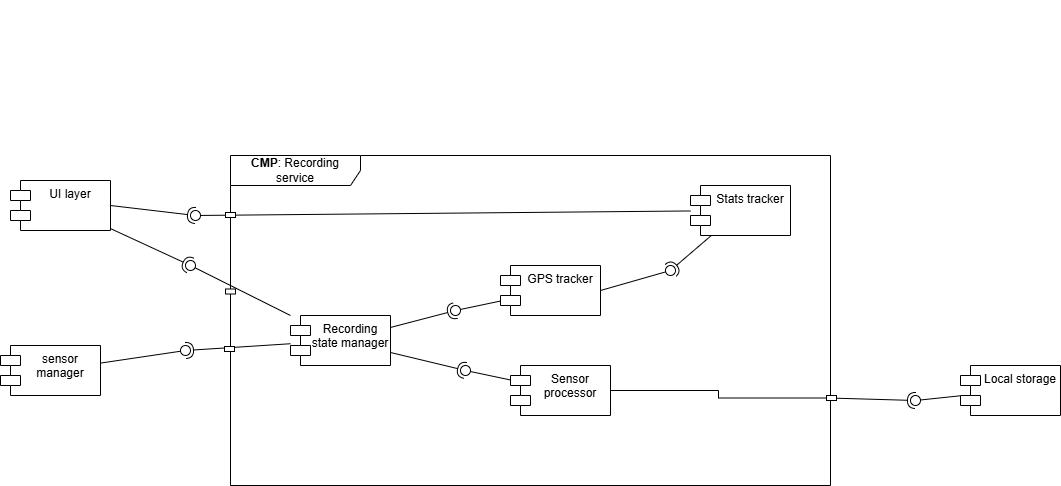
Before: DD/LaTeXCode/images/componentDiagrams/Component_diagram-Recording_detailed_view.drawio.png, a diagram exported from draw.io (jacopobellosi/Bellosi-Montanelli-Tempobono). Source tidied: cells renumbered, new cells last; positions are measured from the earlier drawing's top-left corner, leaving out a move shared by most shapes. Its diagram source:
```xml
<mxGraphModel>
  <root>
    <mxCell id="0" />
    <mxCell id="1" parent="0" />
    <mxCell id="2" value="UI layer" style="shape=module;align=left;spacingLeft=20;align=center;verticalAlign=top;whiteSpace=wrap;html=1;" parent="1" vertex="1">
      <mxGeometry x="10" y="180" width="100" height="50" as="geometry" />
    </mxCell>
    <mxCell id="3" value="sensor manager" style="shape=module;align=left;spacingLeft=20;align=center;verticalAlign=top;whiteSpace=wrap;html=1;" parent="1" vertex="1">
      <mxGeometry y="345" width="100" height="50" as="geometry" />
    </mxCell>
    <mxCell id="4" value="Local storage" style="shape=module;align=left;spacingLeft=20;align=center;verticalAlign=top;whiteSpace=wrap;html=1;" parent="1" vertex="1">
      <mxGeometry x="960" y="365" width="100" height="50" as="geometry" />
    </mxCell>
    <mxCell id="5" style="rounded=0;jettySize=auto;html=1;endArrow=halfCircle;endFill=0;endSize=6;strokeWidth=1;sketch=0;exitX=1;exitY=0.5;exitDx=0;exitDy=0;" parent="1" edge="1" source="2" target="7">
      <mxGeometry relative="1" as="geometry" />
    </mxCell>
    <mxCell id="6" style="rounded=0;jettySize=auto;html=1;endArrow=oval;endFill=0;sketch=0;sourcePerimeterSpacing=0;targetPerimeterSpacing=0;endSize=10;" parent="1" edge="1" source="21" target="7">
      <mxGeometry relative="1" as="geometry" />
    </mxCell>
    <mxCell id="7" style="ellipse;whiteSpace=wrap;html=1;align=center;fillColor=none;strokeColor=none;perimeter=centerPerimeter;points=[];outlineConnect=1;" parent="1" vertex="1">
      <mxGeometry x="190" y="210" width="10" height="10" as="geometry" />
    </mxCell>
    <mxCell id="8" style="rounded=0;jettySize=auto;html=1;endArrow=halfCircle;endFill=0;endSize=6;strokeWidth=1;sketch=0;" parent="1" edge="1" source="18" target="10">
      <mxGeometry relative="1" as="geometry" />
    </mxCell>
    <mxCell id="9" style="rounded=0;jettySize=auto;html=1;endArrow=oval;endFill=0;sketch=0;sourcePerimeterSpacing=0;targetPerimeterSpacing=0;endSize=10;" parent="1" edge="1" source="3" target="10">
      <mxGeometry relative="1" as="geometry" />
    </mxCell>
    <mxCell id="10" style="ellipse;whiteSpace=wrap;html=1;align=center;fillColor=none;strokeColor=none;perimeter=centerPerimeter;points=[];outlineConnect=1;" parent="1" vertex="1">
      <mxGeometry x="180" y="345" width="10" height="10" as="geometry" />
    </mxCell>
    <mxCell id="11" style="rounded=0;jettySize=auto;html=1;endArrow=halfCircle;endFill=0;endSize=6;strokeWidth=1;sketch=0;exitX=1;exitY=0.735;exitDx=0;exitDy=0;exitPerimeter=0;" parent="1" edge="1" source="17" target="13">
      <mxGeometry relative="1" as="geometry" />
    </mxCell>
    <mxCell id="12" style="rounded=0;jettySize=auto;html=1;endArrow=oval;endFill=0;sketch=0;sourcePerimeterSpacing=0;targetPerimeterSpacing=0;endSize=10;" parent="1" edge="1" source="4" target="13">
      <mxGeometry relative="1" as="geometry" />
    </mxCell>
    <mxCell id="13" style="ellipse;whiteSpace=wrap;html=1;align=center;fillColor=none;strokeColor=none;perimeter=centerPerimeter;points=[];outlineConnect=1;" parent="1" vertex="1">
      <mxGeometry x="910" y="395" width="10" height="10" as="geometry" />
    </mxCell>
    <mxCell id="14" style="rounded=0;jettySize=auto;html=1;endArrow=halfCircle;endFill=0;endSize=6;strokeWidth=1;sketch=0;" parent="1" edge="1" source="2">
      <mxGeometry relative="1" as="geometry">
        <mxPoint x="190" y="265" as="targetPoint" />
      </mxGeometry>
    </mxCell>
    <mxCell id="15" style="rounded=0;jettySize=auto;html=1;endArrow=oval;endFill=0;sketch=0;sourcePerimeterSpacing=0;targetPerimeterSpacing=0;endSize=10;" parent="1" edge="1" source="18">
      <mxGeometry relative="1" as="geometry">
        <mxPoint x="190" y="265" as="targetPoint" />
      </mxGeometry>
    </mxCell>
    <mxCell id="16" style="ellipse;whiteSpace=wrap;html=1;align=center;fillColor=none;strokeColor=none;perimeter=centerPerimeter;" parent="1" vertex="1">
      <mxGeometry x="450" width="10" height="10" as="geometry" />
    </mxCell>
    <mxCell id="17" value="&lt;b&gt;CMP&lt;/b&gt;: Recording service" style="shape=umlFrame;whiteSpace=wrap;html=1;width=130;height=30;" parent="1" vertex="1">
      <mxGeometry x="230" y="155" width="600" height="330" as="geometry" />
    </mxCell>
    <mxCell id="18" value="Recording state manager" style="shape=module;align=left;spacingLeft=20;align=center;verticalAlign=top;whiteSpace=wrap;html=1;" parent="1" vertex="1">
      <mxGeometry x="290" y="315" width="100" height="50" as="geometry" />
    </mxCell>
    <mxCell id="19" value="GPS tracker" style="shape=module;align=left;spacingLeft=20;align=center;verticalAlign=top;whiteSpace=wrap;html=1;" parent="1" vertex="1">
      <mxGeometry x="500" y="265" width="100" height="50" as="geometry" />
    </mxCell>
    <mxCell id="20" value="Sensor processor" style="shape=module;align=left;spacingLeft=20;align=center;verticalAlign=top;whiteSpace=wrap;html=1;" parent="1" vertex="1">
      <mxGeometry x="510" y="365" width="100" height="50" as="geometry" />
    </mxCell>
    <mxCell id="21" value="Stats tracker" style="shape=module;align=left;spacingLeft=20;align=center;verticalAlign=top;whiteSpace=wrap;html=1;" parent="1" vertex="1">
      <mxGeometry x="690" y="185" width="100" height="50" as="geometry" />
    </mxCell>
    <mxCell id="22" style="rounded=0;jettySize=auto;html=1;endArrow=halfCircle;endFill=0;endSize=6;strokeWidth=1;sketch=0;" parent="1" edge="1" source="21" target="24">
      <mxGeometry relative="1" as="geometry" />
    </mxCell>
    <mxCell id="23" style="rounded=0;jettySize=auto;html=1;endArrow=oval;endFill=0;sketch=0;sourcePerimeterSpacing=0;targetPerimeterSpacing=0;endSize=10;exitX=1;exitY=0.5;exitDx=0;exitDy=0;" parent="1" edge="1" source="19" target="24">
      <mxGeometry relative="1" as="geometry" />
    </mxCell>
    <mxCell id="24" style="ellipse;whiteSpace=wrap;html=1;align=center;fillColor=none;strokeColor=none;perimeter=centerPerimeter;points=[];outlineConnect=1;" parent="1" vertex="1">
      <mxGeometry x="665" y="265" width="10" height="10" as="geometry" />
    </mxCell>
    <mxCell id="25" style="rounded=0;jettySize=auto;html=1;endArrow=halfCircle;endFill=0;endSize=6;strokeWidth=1;sketch=0;" parent="1" edge="1" source="18" target="27">
      <mxGeometry relative="1" as="geometry" />
    </mxCell>
    <mxCell id="26" style="rounded=0;jettySize=auto;html=1;endArrow=oval;endFill=0;sketch=0;sourcePerimeterSpacing=0;targetPerimeterSpacing=0;endSize=10;" parent="1" edge="1" source="19" target="27">
      <mxGeometry relative="1" as="geometry" />
    </mxCell>
    <mxCell id="27" style="ellipse;whiteSpace=wrap;html=1;align=center;fillColor=none;strokeColor=none;perimeter=centerPerimeter;points=[];outlineConnect=1;" parent="1" vertex="1">
      <mxGeometry x="450" y="305" width="10" height="10" as="geometry" />
    </mxCell>
    <mxCell id="28" style="rounded=0;jettySize=auto;html=1;endArrow=halfCircle;endFill=0;endSize=6;strokeWidth=1;sketch=0;" parent="1" edge="1" source="18" target="30">
      <mxGeometry relative="1" as="geometry" />
    </mxCell>
    <mxCell id="29" style="rounded=0;jettySize=auto;html=1;endArrow=oval;endFill=0;sketch=0;sourcePerimeterSpacing=0;targetPerimeterSpacing=0;endSize=10;" parent="1" edge="1" source="20" target="30">
      <mxGeometry relative="1" as="geometry" />
    </mxCell>
    <mxCell id="30" style="ellipse;whiteSpace=wrap;html=1;align=center;fillColor=none;strokeColor=none;perimeter=centerPerimeter;points=[];outlineConnect=1;" parent="1" vertex="1">
      <mxGeometry x="460" y="365" width="10" height="10" as="geometry" />
    </mxCell>
    <mxCell id="31" style="edgeStyle=orthogonalEdgeStyle;rounded=0;jettySize=auto;html=1;entryX=1;entryY=0.5;entryDx=0;entryDy=0;startArrow=none;startFill=0;endArrow=none;endFill=0;" parent="1" edge="1" source="32" target="20">
      <mxGeometry relative="1" as="geometry" />
    </mxCell>
    <mxCell id="32" style="rounded=0;whiteSpace=wrap;html=1;" parent="1" vertex="1">
      <mxGeometry x="826" y="395" width="10" height="5" as="geometry" />
    </mxCell>
    <mxCell id="33" style="rounded=0;whiteSpace=wrap;html=1;" parent="1" vertex="1">
      <mxGeometry x="224" y="346" width="10" height="5" as="geometry" />
    </mxCell>
    <mxCell id="34" style="rounded=0;whiteSpace=wrap;html=1;" parent="1" vertex="1">
      <mxGeometry x="225" y="288.5" width="10" height="5" as="geometry" />
    </mxCell>
    <mxCell id="35" style="rounded=0;whiteSpace=wrap;html=1;" parent="1" vertex="1">
      <mxGeometry x="225" y="212" width="10" height="5" as="geometry" />
    </mxCell>
  </root>
</mxGraphModel>
```
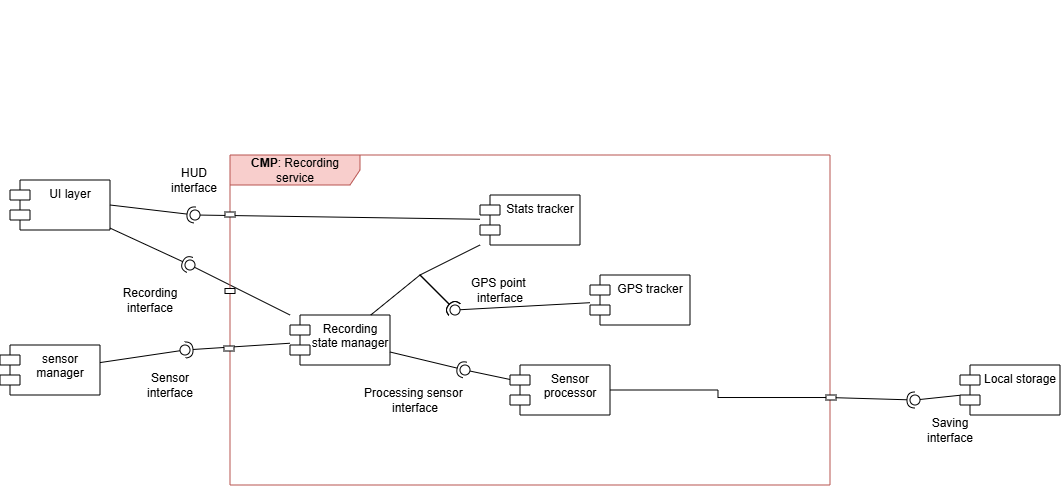
Above is the later version.

Diff of the diagram source:
```diff
@@ -51,32 +51,34 @@
     <mxCell id="16" style="ellipse;whiteSpace=wrap;html=1;align=center;fillColor=none;strokeColor=none;perimeter=centerPerimeter;" parent="1" vertex="1">
       <mxGeometry x="450" width="10" height="10" as="geometry" />
     </mxCell>
-    <mxCell id="17" value="&lt;b&gt;CMP&lt;/b&gt;: Recording service" style="shape=umlFrame;whiteSpace=wrap;html=1;width=130;height=30;" parent="1" vertex="1">
+    <mxCell id="17" value="&lt;b&gt;CMP&lt;/b&gt;: Recording service" style="shape=umlFrame;whiteSpace=wrap;html=1;width=130;height=30;fillColor=#f8cecc;strokeColor=#b85450;" parent="1" vertex="1">
       <mxGeometry x="230" y="155" width="600" height="330" as="geometry" />
     </mxCell>
     <mxCell id="18" value="Recording state manager" style="shape=module;align=left;spacingLeft=20;align=center;verticalAlign=top;whiteSpace=wrap;html=1;" parent="1" vertex="1">
       <mxGeometry x="290" y="315" width="100" height="50" as="geometry" />
     </mxCell>
     <mxCell id="19" value="GPS tracker" style="shape=module;align=left;spacingLeft=20;align=center;verticalAlign=top;whiteSpace=wrap;html=1;" parent="1" vertex="1">
-      <mxGeometry x="500" y="265" width="100" height="50" as="geometry" />
+      <mxGeometry x="590" y="275" width="100" height="50" as="geometry" />
     </mxCell>
     <mxCell id="20" value="Sensor processor" style="shape=module;align=left;spacingLeft=20;align=center;verticalAlign=top;whiteSpace=wrap;html=1;" parent="1" vertex="1">
       <mxGeometry x="510" y="365" width="100" height="50" as="geometry" />
     </mxCell>
     <mxCell id="21" value="Stats tracker" style="shape=module;align=left;spacingLeft=20;align=center;verticalAlign=top;whiteSpace=wrap;html=1;" parent="1" vertex="1">
-      <mxGeometry x="690" y="185" width="100" height="50" as="geometry" />
+      <mxGeometry x="480" y="195" width="100" height="50" as="geometry" />
     </mxCell>
-    <mxCell id="22" style="rounded=0;jettySize=auto;html=1;endArrow=halfCircle;endFill=0;endSize=6;strokeWidth=1;sketch=0;" parent="1" edge="1" source="21" target="24">
-      <mxGeometry relative="1" as="geometry" />
+    <mxCell id="22" style="rounded=0;jettySize=auto;html=1;endArrow=halfCircle;endFill=0;endSize=6;strokeWidth=1;sketch=0;entryX=0.472;entryY=0.07;entryDx=0;entryDy=0;entryPerimeter=0;" parent="1" edge="1" source="21" target="27">
+      <mxGeometry relative="1" as="geometry">
+        <Array as="points">
+          <mxPoint x="420" y="275" />
+        </Array>
+      </mxGeometry>
     </mxCell>
-    <mxCell id="23" style="rounded=0;jettySize=auto;html=1;endArrow=oval;endFill=0;sketch=0;sourcePerimeterSpacing=0;targetPerimeterSpacing=0;endSize=10;exitX=1;exitY=0.5;exitDx=0;exitDy=0;" parent="1" edge="1" source="19" target="24">
-      <mxGeometry relative="1" as="geometry" />
-    </mxCell>
-    <mxCell id="24" style="ellipse;whiteSpace=wrap;html=1;align=center;fillColor=none;strokeColor=none;perimeter=centerPerimeter;points=[];outlineConnect=1;" parent="1" vertex="1">
-      <mxGeometry x="665" y="265" width="10" height="10" as="geometry" />
-    </mxCell>
     <mxCell id="25" style="rounded=0;jettySize=auto;html=1;endArrow=halfCircle;endFill=0;endSize=6;strokeWidth=1;sketch=0;" parent="1" edge="1" source="18" target="27">
-      <mxGeometry relative="1" as="geometry" />
+      <mxGeometry relative="1" as="geometry">
+        <Array as="points">
+          <mxPoint x="420" y="275" />
+        </Array>
+      </mxGeometry>
     </mxCell>
     <mxCell id="26" style="rounded=0;jettySize=auto;html=1;endArrow=oval;endFill=0;sketch=0;sourcePerimeterSpacing=0;targetPerimeterSpacing=0;endSize=10;" parent="1" edge="1" source="19" target="27">
       <mxGeometry relative="1" as="geometry" />
@@ -108,5 +110,23 @@
     <mxCell id="35" style="rounded=0;whiteSpace=wrap;html=1;" parent="1" vertex="1">
       <mxGeometry x="225" y="212" width="10" height="5" as="geometry" />
     </mxCell>
+    <mxCell id="36" value="HUD interface" style="text;html=1;whiteSpace=wrap;strokeColor=none;fillColor=none;align=center;verticalAlign=middle;rounded=0;" parent="1" vertex="1">
+      <mxGeometry x="164" y="165" width="60" height="30" as="geometry" />
+    </mxCell>
+    <mxCell id="37" value="Recording interface" style="text;html=1;whiteSpace=wrap;strokeColor=none;fillColor=none;align=center;verticalAlign=middle;rounded=0;" parent="1" vertex="1">
+      <mxGeometry x="110" y="285" width="80" height="30" as="geometry" />
+    </mxCell>
+    <mxCell id="38" value="Sensor interface" style="text;html=1;whiteSpace=wrap;strokeColor=none;fillColor=none;align=center;verticalAlign=middle;rounded=0;" parent="1" vertex="1">
+      <mxGeometry x="140" y="370" width="60" height="30" as="geometry" />
+    </mxCell>
+    <mxCell id="39" value="Saving&lt;br&gt;interface" style="text;html=1;whiteSpace=wrap;strokeColor=none;fillColor=none;align=center;verticalAlign=middle;rounded=0;" parent="1" vertex="1">
+      <mxGeometry x="920" y="415" width="60" height="30" as="geometry" />
+    </mxCell>
+    <mxCell id="40" value="GPS point&amp;nbsp;&lt;br&gt;interface" style="text;html=1;whiteSpace=wrap;strokeColor=none;fillColor=none;align=center;verticalAlign=middle;rounded=0;fontFamily=Helvetica;fontSize=12;fontColor=default;" parent="1" vertex="1">
+      <mxGeometry x="450" y="275" width="100" height="30" as="geometry" />
+    </mxCell>
+    <mxCell id="41" value="Processing sensor&amp;nbsp;&lt;br&gt;interface" style="text;html=1;whiteSpace=wrap;strokeColor=none;fillColor=none;align=center;verticalAlign=middle;rounded=0;fontFamily=Helvetica;fontSize=12;fontColor=default;" parent="1" vertex="1">
+      <mxGeometry x="360" y="385" width="110" height="30" as="geometry" />
+    </mxCell>
   </root>
 </mxGraphModel>
```
